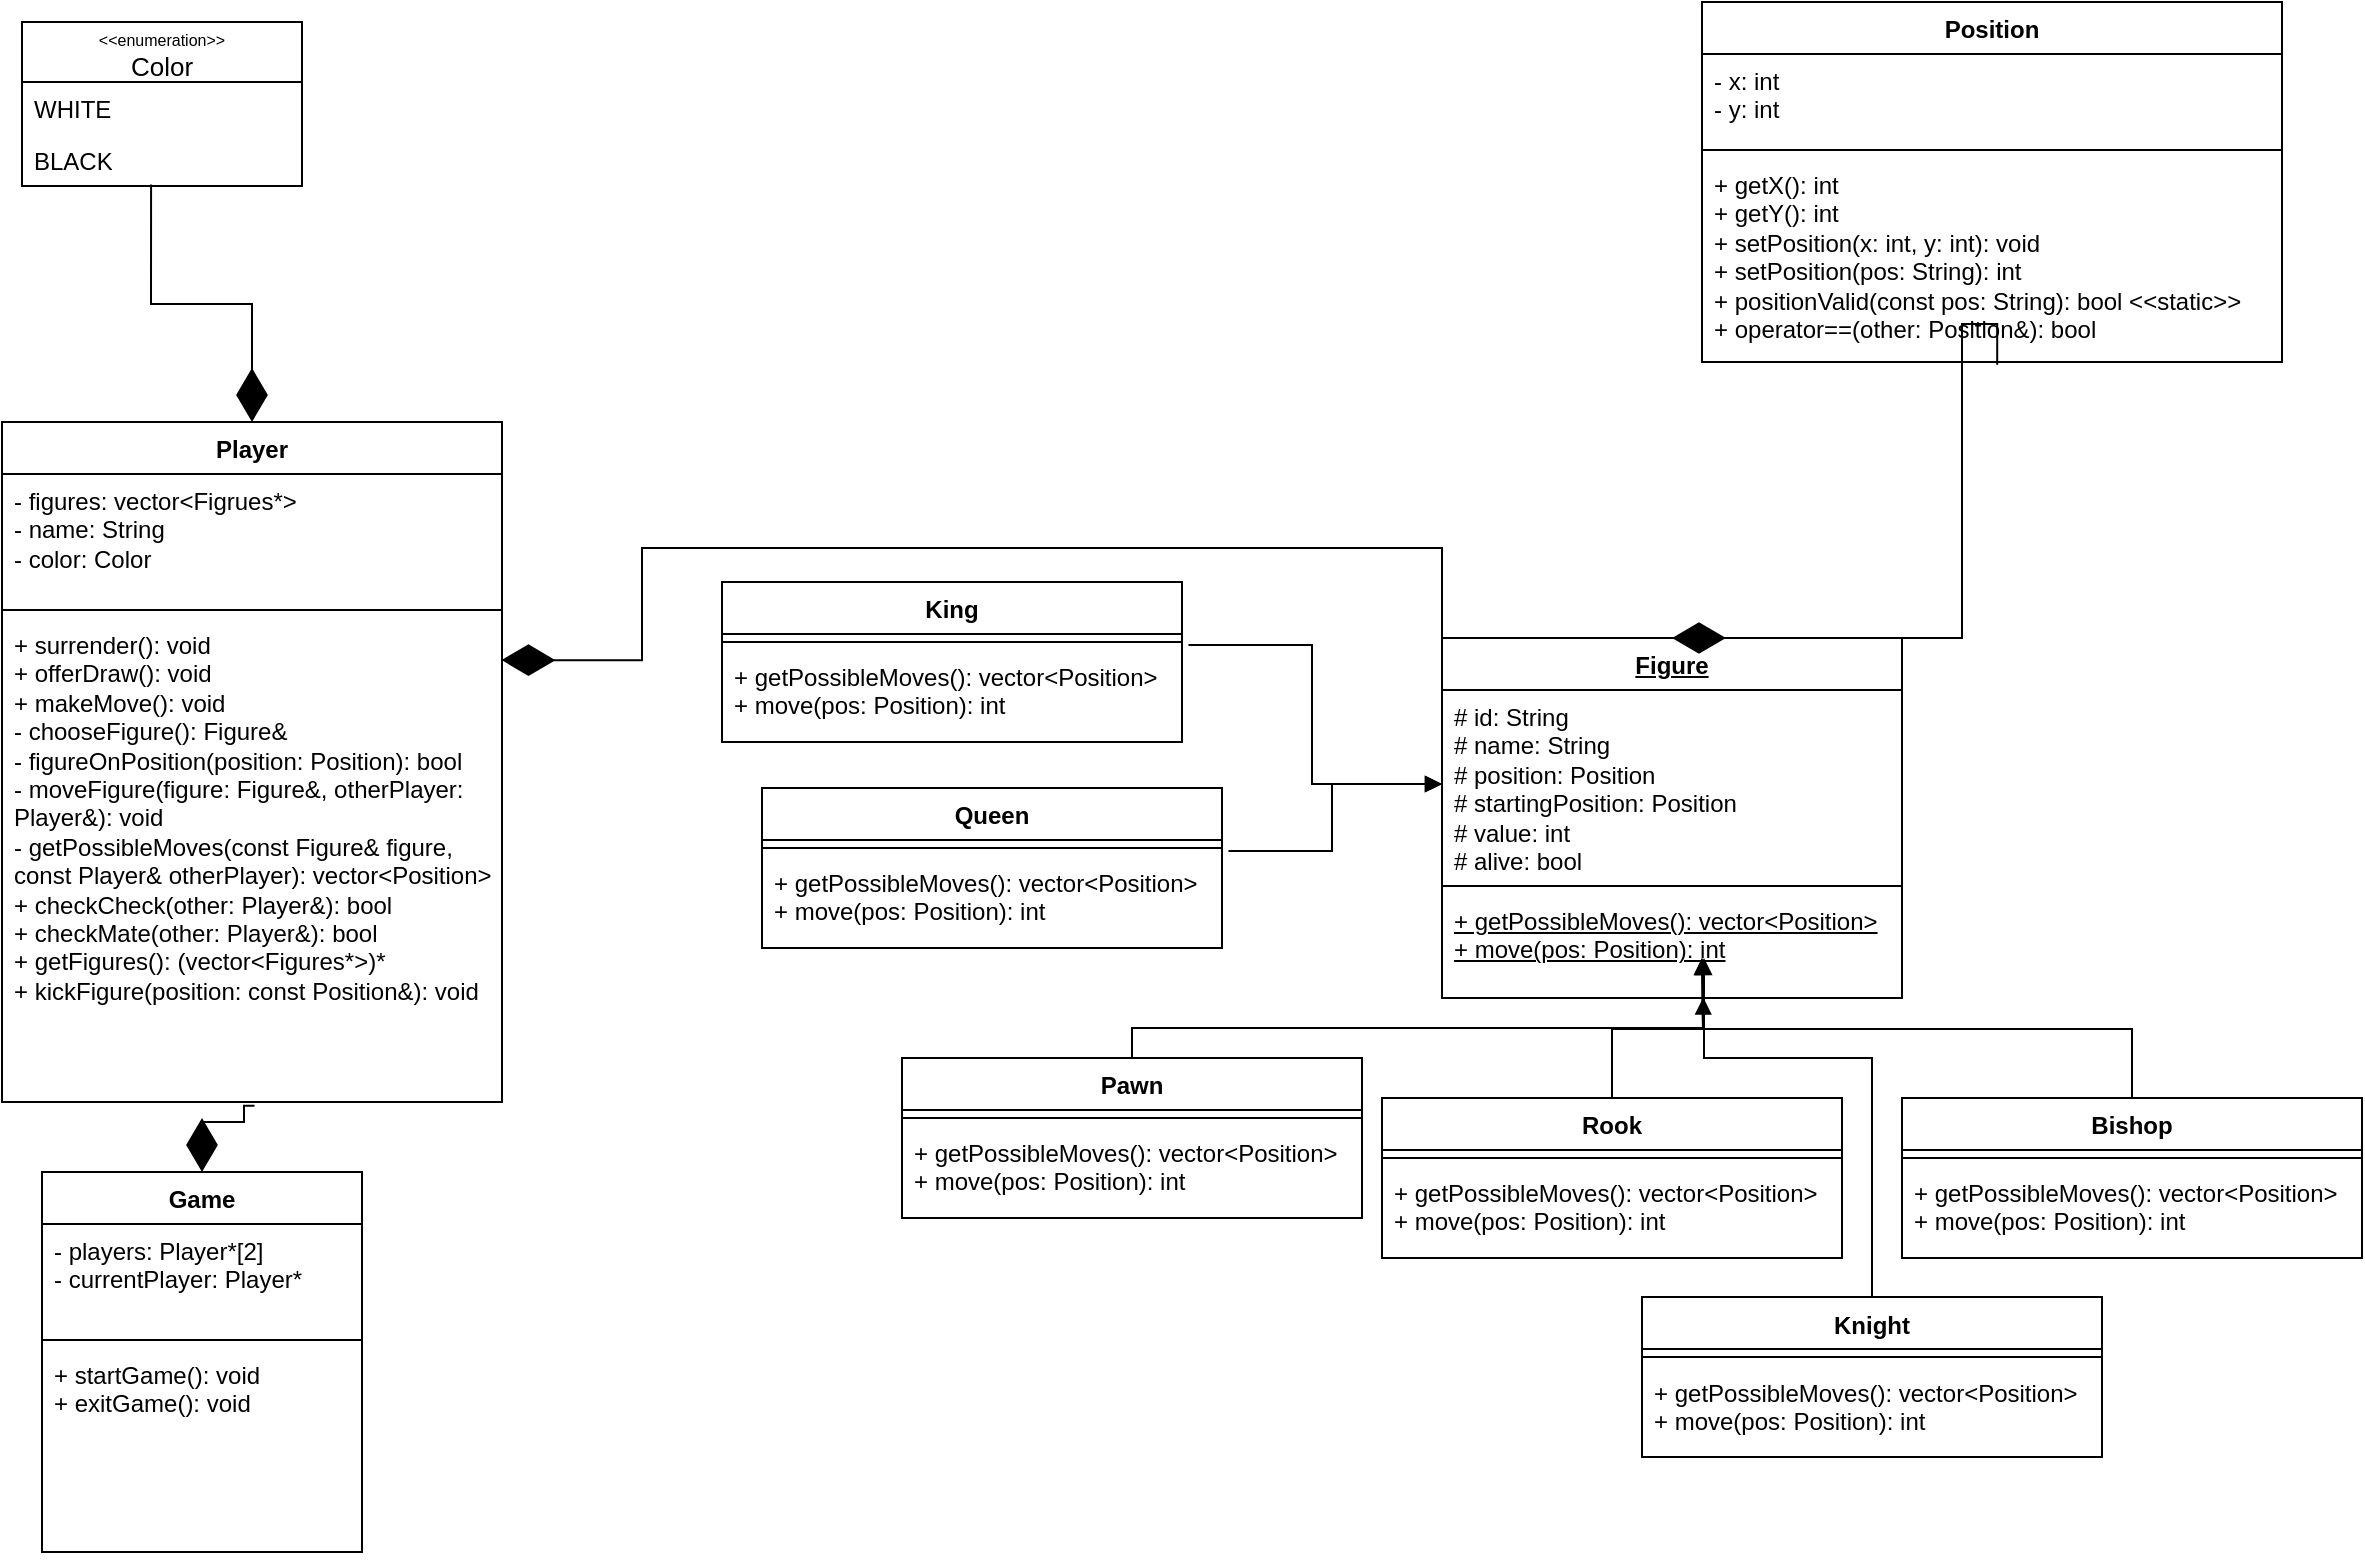
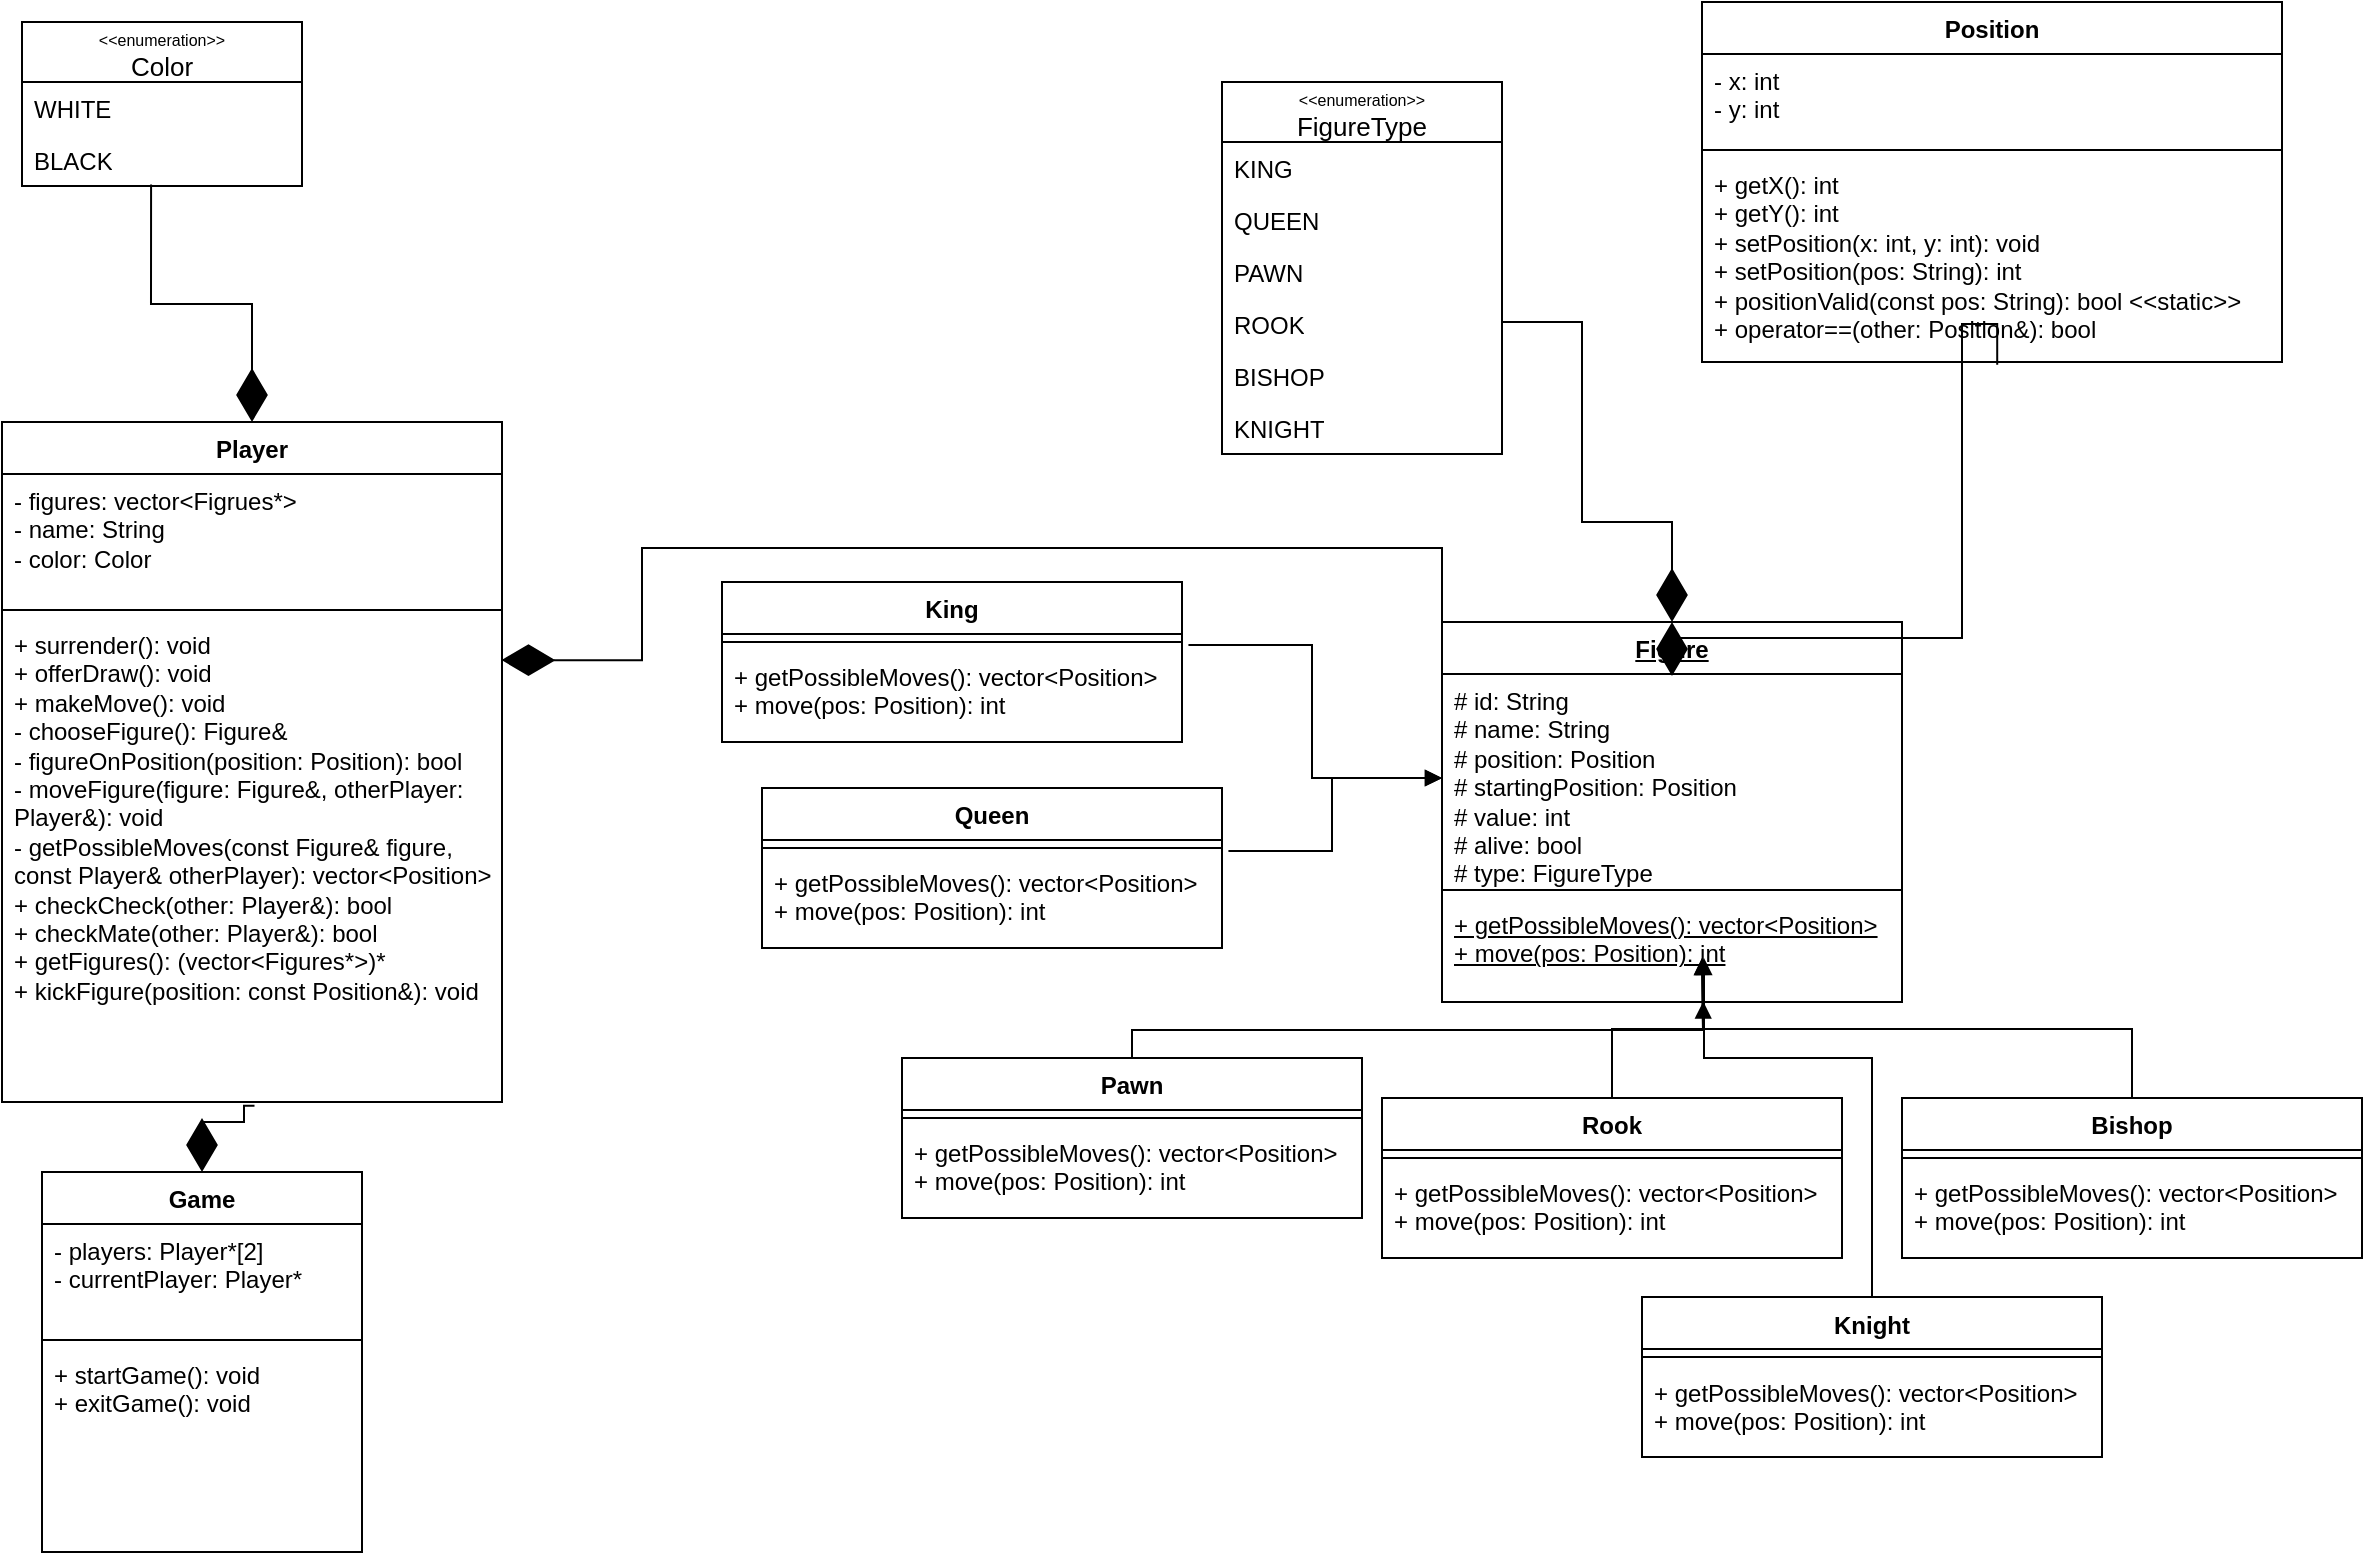
<mxfile host="65bd71144e">
    <diagram name="Seite-1" id="nCow4XG2NqhJep9-Rvd6">
        <mxGraphModel dx="2106" dy="879" grid="1" gridSize="10" guides="1" tooltips="1" connect="1" arrows="1" fold="1" page="1" pageScale="1" pageWidth="827" pageHeight="1169" math="0" shadow="0">
            <root>
                <mxCell id="0"/>
                <mxCell id="1" parent="0"/>
                <mxCell id="5yh52Qz2J6MoKP-sfoyT-1" value="&lt;u&gt;Figure&lt;/u&gt;" style="swimlane;fontStyle=1;align=center;verticalAlign=top;childLayout=stackLayout;horizontal=1;startSize=26;horizontalStack=0;resizeParent=1;resizeParentMax=0;resizeLast=0;collapsible=1;marginBottom=0;whiteSpace=wrap;html=1;" parent="1" vertex="1">
-                     <mxGeometry x="320" y="318" width="230" height="180" as="geometry">
+                     <mxGeometry x="320" y="310" width="230" height="190" as="geometry">
                        <mxRectangle x="320" y="210" width="70" height="30" as="alternateBounds"/>
                    </mxGeometry>
                </mxCell>
-                 <mxCell id="5yh52Qz2J6MoKP-sfoyT-2" value="# id: String&lt;div&gt;# name: String&lt;/div&gt;&lt;div&gt;# position: Position&lt;/div&gt;&lt;div&gt;# startingPosition: Position&lt;/div&gt;&lt;div&gt;# value: int&lt;/div&gt;&lt;div&gt;# alive: bool&lt;/div&gt;" style="text;strokeColor=none;fillColor=none;align=left;verticalAlign=top;spacingLeft=4;spacingRight=4;overflow=hidden;rotatable=0;points=[[0,0.5],[1,0.5]];portConstraint=eastwest;whiteSpace=wrap;html=1;" parent="5yh52Qz2J6MoKP-sfoyT-1" vertex="1">
-                     <mxGeometry y="26" width="230" height="94" as="geometry"/>
+                 <mxCell id="5yh52Qz2J6MoKP-sfoyT-2" value="# id: String&lt;div&gt;# name: String&lt;/div&gt;&lt;div&gt;# position: Position&lt;/div&gt;&lt;div&gt;# startingPosition: Position&lt;/div&gt;&lt;div&gt;# value: int&lt;/div&gt;&lt;div&gt;# alive: bool&lt;/div&gt;&lt;div&gt;# type: FigureType&lt;/div&gt;" style="text;strokeColor=none;fillColor=none;align=left;verticalAlign=top;spacingLeft=4;spacingRight=4;overflow=hidden;rotatable=0;points=[[0,0.5],[1,0.5]];portConstraint=eastwest;whiteSpace=wrap;html=1;" parent="5yh52Qz2J6MoKP-sfoyT-1" vertex="1">
+                     <mxGeometry y="26" width="230" height="104" as="geometry"/>
                </mxCell>
                <mxCell id="5yh52Qz2J6MoKP-sfoyT-3" value="" style="line;strokeWidth=1;fillColor=none;align=left;verticalAlign=middle;spacingTop=-1;spacingLeft=3;spacingRight=3;rotatable=0;labelPosition=right;points=[];portConstraint=eastwest;strokeColor=inherit;" parent="5yh52Qz2J6MoKP-sfoyT-1" vertex="1">
-                     <mxGeometry y="120" width="230" height="8" as="geometry"/>
+                     <mxGeometry y="130" width="230" height="8" as="geometry"/>
                </mxCell>
                <mxCell id="5yh52Qz2J6MoKP-sfoyT-4" value="&lt;u&gt;+ getPossibleMoves(): vector&amp;lt;Position&amp;gt;&lt;/u&gt;&lt;div&gt;&lt;div&gt;&lt;u&gt;+ move(pos: Position): int&lt;/u&gt;&lt;/div&gt;&lt;/div&gt;" style="text;strokeColor=none;fillColor=none;align=left;verticalAlign=top;spacingLeft=4;spacingRight=4;overflow=hidden;rotatable=0;points=[[0,0.5],[1,0.5]];portConstraint=eastwest;whiteSpace=wrap;html=1;" parent="5yh52Qz2J6MoKP-sfoyT-1" vertex="1">
-                     <mxGeometry y="128" width="230" height="52" as="geometry"/>
+                     <mxGeometry y="138" width="230" height="52" as="geometry"/>
                </mxCell>
                <mxCell id="5yh52Qz2J6MoKP-sfoyT-7" value="Position" style="swimlane;fontStyle=1;align=center;verticalAlign=top;childLayout=stackLayout;horizontal=1;startSize=26;horizontalStack=0;resizeParent=1;resizeParentMax=0;resizeLast=0;collapsible=1;marginBottom=0;whiteSpace=wrap;html=1;" parent="1" vertex="1">
                    <mxGeometry x="450" width="290" height="180" as="geometry"/>
                </mxCell>
                <mxCell id="5yh52Qz2J6MoKP-sfoyT-8" value="- x: int&lt;div&gt;- y: int&lt;/div&gt;" style="text;strokeColor=none;fillColor=none;align=left;verticalAlign=top;spacingLeft=4;spacingRight=4;overflow=hidden;rotatable=0;points=[[0,0.5],[1,0.5]];portConstraint=eastwest;whiteSpace=wrap;html=1;" parent="5yh52Qz2J6MoKP-sfoyT-7" vertex="1">
                    <mxGeometry y="26" width="290" height="44" as="geometry"/>
                </mxCell>
                <mxCell id="5yh52Qz2J6MoKP-sfoyT-9" value="" style="line;strokeWidth=1;fillColor=none;align=left;verticalAlign=middle;spacingTop=-1;spacingLeft=3;spacingRight=3;rotatable=0;labelPosition=right;points=[];portConstraint=eastwest;strokeColor=inherit;" parent="5yh52Qz2J6MoKP-sfoyT-7" vertex="1">
                    <mxGeometry y="70" width="290" height="8" as="geometry"/>
                </mxCell>
                <mxCell id="5yh52Qz2J6MoKP-sfoyT-10" value="+ getX(): int&lt;div&gt;+ getY(): int&lt;/div&gt;&lt;div&gt;+ setPosition(x: int, y: int): void&lt;/div&gt;&lt;div&gt;+ setPosition(pos: String): int&lt;/div&gt;&lt;div&gt;+ positionValid(const pos: String): bool &amp;lt;&amp;lt;static&amp;gt;&amp;gt;&lt;/div&gt;&lt;div&gt;+ operator==(other: Position&amp;amp;): bool&lt;/div&gt;" style="text;strokeColor=none;fillColor=none;align=left;verticalAlign=top;spacingLeft=4;spacingRight=4;overflow=hidden;rotatable=0;points=[[0,0.5],[1,0.5]];portConstraint=eastwest;whiteSpace=wrap;html=1;" parent="5yh52Qz2J6MoKP-sfoyT-7" vertex="1">
                    <mxGeometry y="78" width="290" height="102" as="geometry"/>
                </mxCell>
                <mxCell id="5yh52Qz2J6MoKP-sfoyT-13" value="" style="endArrow=diamondThin;endFill=1;endSize=24;html=1;rounded=0;entryX=0.5;entryY=0;entryDx=0;entryDy=0;exitX=0.509;exitY=1.014;exitDx=0;exitDy=0;exitPerimeter=0;edgeStyle=orthogonalEdgeStyle;" parent="1" source="5yh52Qz2J6MoKP-sfoyT-10" target="5yh52Qz2J6MoKP-sfoyT-1" edge="1">
                    <mxGeometry width="160" relative="1" as="geometry">
                        <mxPoint x="450" y="130" as="sourcePoint"/>
                        <mxPoint x="560" y="200" as="targetPoint"/>
                        <Array as="points">
                            <mxPoint x="580" y="161"/>
                            <mxPoint x="580" y="318"/>
                        </Array>
                    </mxGeometry>
                </mxCell>
                <mxCell id="5yh52Qz2J6MoKP-sfoyT-14" value="Pawn" style="swimlane;fontStyle=1;align=center;verticalAlign=top;childLayout=stackLayout;horizontal=1;startSize=26;horizontalStack=0;resizeParent=1;resizeParentMax=0;resizeLast=0;collapsible=1;marginBottom=0;whiteSpace=wrap;html=1;" parent="1" vertex="1">
                    <mxGeometry x="50" y="528" width="230" height="80" as="geometry"/>
                </mxCell>
                <mxCell id="5yh52Qz2J6MoKP-sfoyT-16" value="" style="line;strokeWidth=1;fillColor=none;align=left;verticalAlign=middle;spacingTop=-1;spacingLeft=3;spacingRight=3;rotatable=0;labelPosition=right;points=[];portConstraint=eastwest;strokeColor=inherit;" parent="5yh52Qz2J6MoKP-sfoyT-14" vertex="1">
                    <mxGeometry y="26" width="230" height="8" as="geometry"/>
                </mxCell>
                <mxCell id="5yh52Qz2J6MoKP-sfoyT-17" value="+ getPossibleMoves(): vector&amp;lt;Position&amp;gt;&lt;div&gt;+ move(pos: Position): int&lt;/div&gt;" style="text;strokeColor=none;fillColor=none;align=left;verticalAlign=top;spacingLeft=4;spacingRight=4;overflow=hidden;rotatable=0;points=[[0,0.5],[1,0.5]];portConstraint=eastwest;whiteSpace=wrap;html=1;" parent="5yh52Qz2J6MoKP-sfoyT-14" vertex="1">
                    <mxGeometry y="34" width="230" height="46" as="geometry"/>
                </mxCell>
                <mxCell id="5yh52Qz2J6MoKP-sfoyT-18" value="" style="endArrow=block;endFill=1;html=1;edgeStyle=orthogonalEdgeStyle;align=left;verticalAlign=top;rounded=0;exitX=0.5;exitY=0;exitDx=0;exitDy=0;entryX=0.568;entryY=0.995;entryDx=0;entryDy=0;entryPerimeter=0;" parent="1" source="5yh52Qz2J6MoKP-sfoyT-14" target="5yh52Qz2J6MoKP-sfoyT-4" edge="1">
                    <mxGeometry x="-1" relative="1" as="geometry">
                        <mxPoint as="offset"/>
                        <mxPoint x="190" y="538" as="sourcePoint"/>
                        <mxPoint x="350" y="538" as="targetPoint"/>
                    </mxGeometry>
                </mxCell>
                <mxCell id="5yh52Qz2J6MoKP-sfoyT-20" value="Rook" style="swimlane;fontStyle=1;align=center;verticalAlign=top;childLayout=stackLayout;horizontal=1;startSize=26;horizontalStack=0;resizeParent=1;resizeParentMax=0;resizeLast=0;collapsible=1;marginBottom=0;whiteSpace=wrap;html=1;" parent="1" vertex="1">
                    <mxGeometry x="290" y="548" width="230" height="80" as="geometry"/>
                </mxCell>
                <mxCell id="5yh52Qz2J6MoKP-sfoyT-21" value="" style="line;strokeWidth=1;fillColor=none;align=left;verticalAlign=middle;spacingTop=-1;spacingLeft=3;spacingRight=3;rotatable=0;labelPosition=right;points=[];portConstraint=eastwest;strokeColor=inherit;" parent="5yh52Qz2J6MoKP-sfoyT-20" vertex="1">
                    <mxGeometry y="26" width="230" height="8" as="geometry"/>
                </mxCell>
                <mxCell id="5yh52Qz2J6MoKP-sfoyT-22" value="+ getPossibleMoves(): vector&amp;lt;Position&amp;gt;&lt;div&gt;+ move(pos: Position): int&lt;/div&gt;" style="text;strokeColor=none;fillColor=none;align=left;verticalAlign=top;spacingLeft=4;spacingRight=4;overflow=hidden;rotatable=0;points=[[0,0.5],[1,0.5]];portConstraint=eastwest;whiteSpace=wrap;html=1;" parent="5yh52Qz2J6MoKP-sfoyT-20" vertex="1">
                    <mxGeometry y="34" width="230" height="46" as="geometry"/>
                </mxCell>
                <mxCell id="5yh52Qz2J6MoKP-sfoyT-23" value="" style="endArrow=block;endFill=1;html=1;edgeStyle=orthogonalEdgeStyle;align=left;verticalAlign=top;rounded=0;exitX=0.5;exitY=0;exitDx=0;exitDy=0;" parent="1" source="5yh52Qz2J6MoKP-sfoyT-20" edge="1">
                    <mxGeometry x="-1" relative="1" as="geometry">
                        <mxPoint as="offset"/>
                        <mxPoint x="420" y="623" as="sourcePoint"/>
                        <mxPoint x="450" y="478" as="targetPoint"/>
                    </mxGeometry>
                </mxCell>
                <mxCell id="5yh52Qz2J6MoKP-sfoyT-24" value="Bishop" style="swimlane;fontStyle=1;align=center;verticalAlign=top;childLayout=stackLayout;horizontal=1;startSize=26;horizontalStack=0;resizeParent=1;resizeParentMax=0;resizeLast=0;collapsible=1;marginBottom=0;whiteSpace=wrap;html=1;" parent="1" vertex="1">
                    <mxGeometry x="550" y="548" width="230" height="80" as="geometry"/>
                </mxCell>
                <mxCell id="5yh52Qz2J6MoKP-sfoyT-25" value="" style="line;strokeWidth=1;fillColor=none;align=left;verticalAlign=middle;spacingTop=-1;spacingLeft=3;spacingRight=3;rotatable=0;labelPosition=right;points=[];portConstraint=eastwest;strokeColor=inherit;" parent="5yh52Qz2J6MoKP-sfoyT-24" vertex="1">
                    <mxGeometry y="26" width="230" height="8" as="geometry"/>
                </mxCell>
                <mxCell id="5yh52Qz2J6MoKP-sfoyT-26" value="+ getPossibleMoves(): vector&amp;lt;Position&amp;gt;&lt;div&gt;+ move(pos: Position): int&lt;/div&gt;" style="text;strokeColor=none;fillColor=none;align=left;verticalAlign=top;spacingLeft=4;spacingRight=4;overflow=hidden;rotatable=0;points=[[0,0.5],[1,0.5]];portConstraint=eastwest;whiteSpace=wrap;html=1;" parent="5yh52Qz2J6MoKP-sfoyT-24" vertex="1">
                    <mxGeometry y="34" width="230" height="46" as="geometry"/>
                </mxCell>
                <mxCell id="5yh52Qz2J6MoKP-sfoyT-27" value="" style="endArrow=block;endFill=1;html=1;edgeStyle=orthogonalEdgeStyle;align=left;verticalAlign=top;rounded=0;exitX=0.5;exitY=0;exitDx=0;exitDy=0;" parent="1" source="5yh52Qz2J6MoKP-sfoyT-24" edge="1">
                    <mxGeometry x="-1" relative="1" as="geometry">
                        <mxPoint as="offset"/>
                        <mxPoint x="570" y="723" as="sourcePoint"/>
                        <mxPoint x="450" y="478" as="targetPoint"/>
                    </mxGeometry>
                </mxCell>
                <mxCell id="5yh52Qz2J6MoKP-sfoyT-28" value="Knight" style="swimlane;fontStyle=1;align=center;verticalAlign=top;childLayout=stackLayout;horizontal=1;startSize=26;horizontalStack=0;resizeParent=1;resizeParentMax=0;resizeLast=0;collapsible=1;marginBottom=0;whiteSpace=wrap;html=1;" parent="1" vertex="1">
                    <mxGeometry x="420" y="647.5500000000001" width="230" height="80" as="geometry"/>
                </mxCell>
                <mxCell id="5yh52Qz2J6MoKP-sfoyT-29" value="" style="line;strokeWidth=1;fillColor=none;align=left;verticalAlign=middle;spacingTop=-1;spacingLeft=3;spacingRight=3;rotatable=0;labelPosition=right;points=[];portConstraint=eastwest;strokeColor=inherit;" parent="5yh52Qz2J6MoKP-sfoyT-28" vertex="1">
                    <mxGeometry y="26" width="230" height="8" as="geometry"/>
                </mxCell>
                <mxCell id="5yh52Qz2J6MoKP-sfoyT-30" value="+ getPossibleMoves(): vector&amp;lt;Position&amp;gt;&lt;div&gt;+ move(pos: Position): int&lt;/div&gt;" style="text;strokeColor=none;fillColor=none;align=left;verticalAlign=top;spacingLeft=4;spacingRight=4;overflow=hidden;rotatable=0;points=[[0,0.5],[1,0.5]];portConstraint=eastwest;whiteSpace=wrap;html=1;" parent="5yh52Qz2J6MoKP-sfoyT-28" vertex="1">
                    <mxGeometry y="34" width="230" height="46" as="geometry"/>
                </mxCell>
                <mxCell id="5yh52Qz2J6MoKP-sfoyT-32" value="" style="endArrow=block;endFill=1;html=1;edgeStyle=orthogonalEdgeStyle;align=left;verticalAlign=top;rounded=0;exitX=0.5;exitY=0;exitDx=0;exitDy=0;" parent="1" source="5yh52Qz2J6MoKP-sfoyT-28" edge="1">
                    <mxGeometry x="-1" relative="1" as="geometry">
                        <Array as="points">
                            <mxPoint x="535" y="528"/>
                            <mxPoint x="451" y="528"/>
                        </Array>
                        <mxPoint x="420" y="628" as="sourcePoint"/>
                        <mxPoint x="451" y="478" as="targetPoint"/>
                    </mxGeometry>
                </mxCell>
                <mxCell id="5yh52Qz2J6MoKP-sfoyT-34" value="Queen" style="swimlane;fontStyle=1;align=center;verticalAlign=top;childLayout=stackLayout;horizontal=1;startSize=26;horizontalStack=0;resizeParent=1;resizeParentMax=0;resizeLast=0;collapsible=1;marginBottom=0;whiteSpace=wrap;html=1;" parent="1" vertex="1">
                    <mxGeometry x="-20" y="393" width="230" height="80" as="geometry"/>
                </mxCell>
                <mxCell id="5yh52Qz2J6MoKP-sfoyT-35" value="" style="line;strokeWidth=1;fillColor=none;align=left;verticalAlign=middle;spacingTop=-1;spacingLeft=3;spacingRight=3;rotatable=0;labelPosition=right;points=[];portConstraint=eastwest;strokeColor=inherit;" parent="5yh52Qz2J6MoKP-sfoyT-34" vertex="1">
                    <mxGeometry y="26" width="230" height="8" as="geometry"/>
                </mxCell>
                <mxCell id="5yh52Qz2J6MoKP-sfoyT-36" value="+ getPossibleMoves(): vector&amp;lt;Position&amp;gt;&lt;div&gt;+ move(pos: Position): int&lt;/div&gt;" style="text;strokeColor=none;fillColor=none;align=left;verticalAlign=top;spacingLeft=4;spacingRight=4;overflow=hidden;rotatable=0;points=[[0,0.5],[1,0.5]];portConstraint=eastwest;whiteSpace=wrap;html=1;" parent="5yh52Qz2J6MoKP-sfoyT-34" vertex="1">
                    <mxGeometry y="34" width="230" height="46" as="geometry"/>
                </mxCell>
                <mxCell id="5yh52Qz2J6MoKP-sfoyT-37" value="" style="endArrow=block;endFill=1;html=1;edgeStyle=orthogonalEdgeStyle;align=left;verticalAlign=top;rounded=0;exitX=1.014;exitY=-0.054;exitDx=0;exitDy=0;entryX=0;entryY=0.5;entryDx=0;entryDy=0;exitPerimeter=0;" parent="1" source="5yh52Qz2J6MoKP-sfoyT-36" target="5yh52Qz2J6MoKP-sfoyT-2" edge="1">
                    <mxGeometry x="-1" relative="1" as="geometry">
                        <mxPoint as="offset"/>
                        <mxPoint y="568" as="sourcePoint"/>
                        <mxPoint x="-120" y="313" as="targetPoint"/>
                    </mxGeometry>
                </mxCell>
                <mxCell id="5yh52Qz2J6MoKP-sfoyT-38" value="King" style="swimlane;fontStyle=1;align=center;verticalAlign=top;childLayout=stackLayout;horizontal=1;startSize=26;horizontalStack=0;resizeParent=1;resizeParentMax=0;resizeLast=0;collapsible=1;marginBottom=0;whiteSpace=wrap;html=1;" parent="1" vertex="1">
                    <mxGeometry x="-40" y="290" width="230" height="80" as="geometry"/>
                </mxCell>
                <mxCell id="5yh52Qz2J6MoKP-sfoyT-39" value="" style="line;strokeWidth=1;fillColor=none;align=left;verticalAlign=middle;spacingTop=-1;spacingLeft=3;spacingRight=3;rotatable=0;labelPosition=right;points=[];portConstraint=eastwest;strokeColor=inherit;" parent="5yh52Qz2J6MoKP-sfoyT-38" vertex="1">
                    <mxGeometry y="26" width="230" height="8" as="geometry"/>
                </mxCell>
                <mxCell id="5yh52Qz2J6MoKP-sfoyT-40" value="+ getPossibleMoves(): vector&amp;lt;Position&amp;gt;&lt;div&gt;+ move(pos: Position): int&lt;/div&gt;" style="text;strokeColor=none;fillColor=none;align=left;verticalAlign=top;spacingLeft=4;spacingRight=4;overflow=hidden;rotatable=0;points=[[0,0.5],[1,0.5]];portConstraint=eastwest;whiteSpace=wrap;html=1;" parent="5yh52Qz2J6MoKP-sfoyT-38" vertex="1">
                    <mxGeometry y="34" width="230" height="46" as="geometry"/>
                </mxCell>
                <mxCell id="5yh52Qz2J6MoKP-sfoyT-41" value="" style="endArrow=block;endFill=1;html=1;edgeStyle=orthogonalEdgeStyle;align=left;verticalAlign=top;rounded=0;exitX=1.014;exitY=-0.054;exitDx=0;exitDy=0;entryX=0;entryY=0.5;entryDx=0;entryDy=0;exitPerimeter=0;" parent="1" source="5yh52Qz2J6MoKP-sfoyT-40" target="5yh52Qz2J6MoKP-sfoyT-2" edge="1">
                    <mxGeometry x="-1" relative="1" as="geometry">
                        <mxPoint as="offset"/>
                        <mxPoint x="-20" y="357" as="sourcePoint"/>
                        <mxPoint x="300" y="170" as="targetPoint"/>
                    </mxGeometry>
                </mxCell>
                <mxCell id="5yh52Qz2J6MoKP-sfoyT-42" value="Player" style="swimlane;fontStyle=1;align=center;verticalAlign=top;childLayout=stackLayout;horizontal=1;startSize=26;horizontalStack=0;resizeParent=1;resizeParentMax=0;resizeLast=0;collapsible=1;marginBottom=0;whiteSpace=wrap;html=1;" parent="1" vertex="1">
                    <mxGeometry x="-400" y="210" width="250" height="340" as="geometry"/>
                </mxCell>
                <mxCell id="5yh52Qz2J6MoKP-sfoyT-43" value="- figures: vector&amp;lt;Figrues*&amp;gt;&lt;div&gt;- name: String&lt;/div&gt;&lt;div&gt;- color: Color&lt;/div&gt;" style="text;strokeColor=none;fillColor=none;align=left;verticalAlign=top;spacingLeft=4;spacingRight=4;overflow=hidden;rotatable=0;points=[[0,0.5],[1,0.5]];portConstraint=eastwest;whiteSpace=wrap;html=1;" parent="5yh52Qz2J6MoKP-sfoyT-42" vertex="1">
                    <mxGeometry y="26" width="250" height="64" as="geometry"/>
                </mxCell>
                <mxCell id="5yh52Qz2J6MoKP-sfoyT-44" value="" style="line;strokeWidth=1;fillColor=none;align=left;verticalAlign=middle;spacingTop=-1;spacingLeft=3;spacingRight=3;rotatable=0;labelPosition=right;points=[];portConstraint=eastwest;strokeColor=inherit;" parent="5yh52Qz2J6MoKP-sfoyT-42" vertex="1">
                    <mxGeometry y="90" width="250" height="8" as="geometry"/>
                </mxCell>
                <mxCell id="5yh52Qz2J6MoKP-sfoyT-45" value="+ surrender(): void&lt;div&gt;+ offerDraw(): void&lt;/div&gt;&lt;div&gt;+ makeMove(): void&lt;/div&gt;&lt;div&gt;- chooseFigure(): Figure&amp;amp;&lt;/div&gt;&lt;div&gt;- figureOnPosition(position: Position): bool&lt;/div&gt;&lt;div&gt;- moveFigure(figure: Figure&amp;amp;, otherPlayer: Player&amp;amp;): void&lt;br&gt;&lt;/div&gt;&lt;div&gt;- getPossibleMoves(const Figure&amp;amp; figure, const Player&amp;amp; otherPlayer): vector&amp;lt;Position&amp;gt;&lt;/div&gt;&lt;div&gt;+ checkCheck(other: Player&amp;amp;): bool&lt;/div&gt;&lt;div&gt;+ checkMate(other: Player&amp;amp;): bool&lt;/div&gt;&lt;div&gt;+ getFigures(): (vector&amp;lt;Figures*&amp;gt;)*&lt;/div&gt;&lt;div&gt;+ kickFigure(position: const Position&amp;amp;): void&lt;/div&gt;" style="text;strokeColor=none;fillColor=none;align=left;verticalAlign=top;spacingLeft=4;spacingRight=4;overflow=hidden;rotatable=0;points=[[0,0.5],[1,0.5]];portConstraint=eastwest;whiteSpace=wrap;html=1;" parent="5yh52Qz2J6MoKP-sfoyT-42" vertex="1">
                    <mxGeometry y="98" width="250" height="242" as="geometry"/>
                </mxCell>
                <mxCell id="5yh52Qz2J6MoKP-sfoyT-46" value="&lt;font style=&quot;font-size: 8px;&quot;&gt;&amp;lt;&amp;lt;enumeration&amp;gt;&amp;gt;&lt;/font&gt;&lt;div&gt;&lt;font style=&quot;font-size: 13px;&quot;&gt;Color&lt;/font&gt;&lt;/div&gt;" style="swimlane;fontStyle=0;childLayout=stackLayout;horizontal=1;startSize=30;fillColor=none;horizontalStack=0;resizeParent=1;resizeParentMax=0;resizeLast=0;collapsible=1;marginBottom=0;whiteSpace=wrap;html=1;" parent="1" vertex="1">
                    <mxGeometry x="-390" y="10" width="140" height="82" as="geometry"/>
                </mxCell>
                <mxCell id="5yh52Qz2J6MoKP-sfoyT-47" value="WHITE" style="text;strokeColor=none;fillColor=none;align=left;verticalAlign=top;spacingLeft=4;spacingRight=4;overflow=hidden;rotatable=0;points=[[0,0.5],[1,0.5]];portConstraint=eastwest;whiteSpace=wrap;html=1;" parent="5yh52Qz2J6MoKP-sfoyT-46" vertex="1">
                    <mxGeometry y="30" width="140" height="26" as="geometry"/>
                </mxCell>
                <mxCell id="5yh52Qz2J6MoKP-sfoyT-48" value="BLACK" style="text;strokeColor=none;fillColor=none;align=left;verticalAlign=top;spacingLeft=4;spacingRight=4;overflow=hidden;rotatable=0;points=[[0,0.5],[1,0.5]];portConstraint=eastwest;whiteSpace=wrap;html=1;" parent="5yh52Qz2J6MoKP-sfoyT-46" vertex="1">
                    <mxGeometry y="56" width="140" height="26" as="geometry"/>
                </mxCell>
                <mxCell id="5yh52Qz2J6MoKP-sfoyT-50" value="" style="endArrow=diamondThin;endFill=1;endSize=24;html=1;rounded=0;entryX=0.5;entryY=0;entryDx=0;entryDy=0;exitX=0.461;exitY=0.973;exitDx=0;exitDy=0;exitPerimeter=0;edgeStyle=orthogonalEdgeStyle;" parent="1" source="5yh52Qz2J6MoKP-sfoyT-48" target="5yh52Qz2J6MoKP-sfoyT-42" edge="1">
                    <mxGeometry width="160" relative="1" as="geometry">
                        <mxPoint x="-340" y="180" as="sourcePoint"/>
                        <mxPoint x="-180" y="180" as="targetPoint"/>
+                         <Array as="points">
+                             <mxPoint x="-325" y="151"/>
+                             <mxPoint x="-275" y="151"/>
+                         </Array>
                    </mxGeometry>
                </mxCell>
                <mxCell id="5yh52Qz2J6MoKP-sfoyT-51" value="Game" style="swimlane;fontStyle=1;align=center;verticalAlign=top;childLayout=stackLayout;horizontal=1;startSize=26;horizontalStack=0;resizeParent=1;resizeParentMax=0;resizeLast=0;collapsible=1;marginBottom=0;whiteSpace=wrap;html=1;" parent="1" vertex="1">
                    <mxGeometry x="-380" y="585" width="160" height="190" as="geometry"/>
                </mxCell>
                <mxCell id="5yh52Qz2J6MoKP-sfoyT-52" value="- players: Player*[2]&lt;div&gt;- currentPlayer: Player*&lt;/div&gt;&lt;div&gt;&lt;br&gt;&lt;/div&gt;" style="text;strokeColor=none;fillColor=none;align=left;verticalAlign=top;spacingLeft=4;spacingRight=4;overflow=hidden;rotatable=0;points=[[0,0.5],[1,0.5]];portConstraint=eastwest;whiteSpace=wrap;html=1;" parent="5yh52Qz2J6MoKP-sfoyT-51" vertex="1">
                    <mxGeometry y="26" width="160" height="54" as="geometry"/>
                </mxCell>
                <mxCell id="5yh52Qz2J6MoKP-sfoyT-53" value="" style="line;strokeWidth=1;fillColor=none;align=left;verticalAlign=middle;spacingTop=-1;spacingLeft=3;spacingRight=3;rotatable=0;labelPosition=right;points=[];portConstraint=eastwest;strokeColor=inherit;" parent="5yh52Qz2J6MoKP-sfoyT-51" vertex="1">
                    <mxGeometry y="80" width="160" height="8" as="geometry"/>
                </mxCell>
                <mxCell id="5yh52Qz2J6MoKP-sfoyT-54" value="+ startGame(): void&lt;div&gt;+ exitGame(): void&lt;/div&gt;&lt;div&gt;&lt;br&gt;&lt;/div&gt;" style="text;strokeColor=none;fillColor=none;align=left;verticalAlign=top;spacingLeft=4;spacingRight=4;overflow=hidden;rotatable=0;points=[[0,0.5],[1,0.5]];portConstraint=eastwest;whiteSpace=wrap;html=1;" parent="5yh52Qz2J6MoKP-sfoyT-51" vertex="1">
                    <mxGeometry y="88" width="160" height="102" as="geometry"/>
                </mxCell>
                <mxCell id="5yh52Qz2J6MoKP-sfoyT-55" value="" style="endArrow=diamondThin;endFill=1;endSize=24;html=1;rounded=0;exitX=0;exitY=0.5;exitDx=0;exitDy=0;edgeStyle=orthogonalEdgeStyle;entryX=0.999;entryY=0.087;entryDx=0;entryDy=0;entryPerimeter=0;" parent="1" source="5yh52Qz2J6MoKP-sfoyT-2" edge="1" target="5yh52Qz2J6MoKP-sfoyT-45">
                    <mxGeometry width="160" relative="1" as="geometry">
                        <Array as="points">
                            <mxPoint x="320" y="273"/>
                            <mxPoint x="-80" y="273"/>
                            <mxPoint x="-80" y="329"/>
                        </Array>
                        <mxPoint x="290" y="310" as="sourcePoint"/>
                        <mxPoint x="-200" y="300" as="targetPoint"/>
                    </mxGeometry>
                </mxCell>
                <mxCell id="5yh52Qz2J6MoKP-sfoyT-56" value="" style="endArrow=diamondThin;endFill=1;endSize=24;html=1;rounded=0;entryX=0.5;entryY=0;entryDx=0;entryDy=0;exitX=0.505;exitY=1.008;exitDx=0;exitDy=0;exitPerimeter=0;edgeStyle=orthogonalEdgeStyle;" parent="1" source="5yh52Qz2J6MoKP-sfoyT-45" target="5yh52Qz2J6MoKP-sfoyT-51" edge="1">
                    <mxGeometry width="160" relative="1" as="geometry">
                        <mxPoint x="-270" y="590" as="sourcePoint"/>
                        <mxPoint x="-110" y="590" as="targetPoint"/>
                        <Array as="points">
                            <mxPoint x="-279" y="560"/>
                            <mxPoint x="-300" y="560"/>
+                         </Array>
+                     </mxGeometry>
+                 </mxCell>
+                 <mxCell id="2" value="&lt;font style=&quot;font-size: 8px;&quot;&gt;&amp;lt;&amp;lt;enumeration&amp;gt;&amp;gt;&lt;/font&gt;&lt;div&gt;&lt;font style=&quot;font-size: 13px;&quot;&gt;FigureType&lt;/font&gt;&lt;/div&gt;" style="swimlane;fontStyle=0;childLayout=stackLayout;horizontal=1;startSize=30;fillColor=none;horizontalStack=0;resizeParent=1;resizeParentMax=0;resizeLast=0;collapsible=1;marginBottom=0;whiteSpace=wrap;html=1;" vertex="1" parent="1">
+                     <mxGeometry x="210" y="40" width="140" height="186" as="geometry"/>
+                 </mxCell>
+                 <mxCell id="3" value="KING" style="text;strokeColor=none;fillColor=none;align=left;verticalAlign=top;spacingLeft=4;spacingRight=4;overflow=hidden;rotatable=0;points=[[0,0.5],[1,0.5]];portConstraint=eastwest;whiteSpace=wrap;html=1;" vertex="1" parent="2">
+                     <mxGeometry y="30" width="140" height="26" as="geometry"/>
+                 </mxCell>
+                 <mxCell id="4" value="QUEEN&lt;div&gt;&lt;br&gt;&lt;/div&gt;" style="text;strokeColor=none;fillColor=none;align=left;verticalAlign=top;spacingLeft=4;spacingRight=4;overflow=hidden;rotatable=0;points=[[0,0.5],[1,0.5]];portConstraint=eastwest;whiteSpace=wrap;html=1;" vertex="1" parent="2">
+                     <mxGeometry y="56" width="140" height="26" as="geometry"/>
+                 </mxCell>
+                 <mxCell id="5" value="&lt;div&gt;PAWN&lt;/div&gt;" style="text;strokeColor=none;fillColor=none;align=left;verticalAlign=top;spacingLeft=4;spacingRight=4;overflow=hidden;rotatable=0;points=[[0,0.5],[1,0.5]];portConstraint=eastwest;whiteSpace=wrap;html=1;" vertex="1" parent="2">
+                     <mxGeometry y="82" width="140" height="26" as="geometry"/>
+                 </mxCell>
+                 <mxCell id="6" value="&lt;div&gt;ROOK&lt;/div&gt;" style="text;strokeColor=none;fillColor=none;align=left;verticalAlign=top;spacingLeft=4;spacingRight=4;overflow=hidden;rotatable=0;points=[[0,0.5],[1,0.5]];portConstraint=eastwest;whiteSpace=wrap;html=1;" vertex="1" parent="2">
+                     <mxGeometry y="108" width="140" height="26" as="geometry"/>
+                 </mxCell>
+                 <mxCell id="7" value="&lt;div&gt;BISHOP&lt;/div&gt;" style="text;strokeColor=none;fillColor=none;align=left;verticalAlign=top;spacingLeft=4;spacingRight=4;overflow=hidden;rotatable=0;points=[[0,0.5],[1,0.5]];portConstraint=eastwest;whiteSpace=wrap;html=1;" vertex="1" parent="2">
+                     <mxGeometry y="134" width="140" height="26" as="geometry"/>
+                 </mxCell>
+                 <mxCell id="8" value="&lt;div&gt;KNIGHT&lt;/div&gt;" style="text;strokeColor=none;fillColor=none;align=left;verticalAlign=top;spacingLeft=4;spacingRight=4;overflow=hidden;rotatable=0;points=[[0,0.5],[1,0.5]];portConstraint=eastwest;whiteSpace=wrap;html=1;" vertex="1" parent="2">
+                     <mxGeometry y="160" width="140" height="26" as="geometry"/>
+                 </mxCell>
+                 <mxCell id="9" value="" style="endArrow=diamondThin;endFill=1;endSize=24;html=1;rounded=0;edgeStyle=orthogonalEdgeStyle;" edge="1" parent="1" target="5yh52Qz2J6MoKP-sfoyT-1">
+                     <mxGeometry width="160" relative="1" as="geometry">
+                         <mxPoint x="350" y="170" as="sourcePoint"/>
+                         <mxPoint x="120" y="239" as="targetPoint"/>
+                         <Array as="points">
+                             <mxPoint x="350" y="160"/>
+                             <mxPoint x="390" y="160"/>
+                             <mxPoint x="390" y="260"/>
+                             <mxPoint x="435" y="260"/>
                        </Array>
                    </mxGeometry>
                </mxCell>
            </root>
        </mxGraphModel>
    </diagram>
</mxfile>